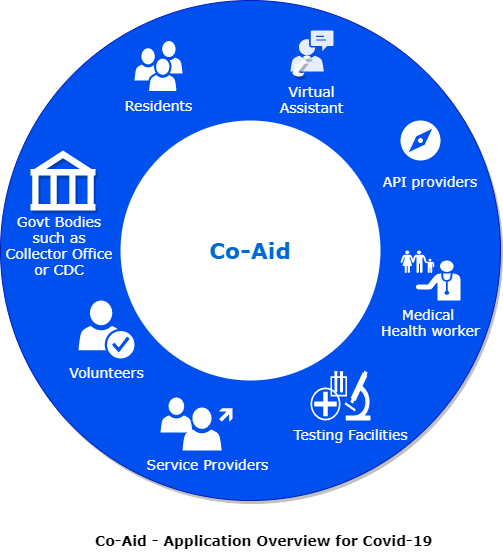
The draw.io diagram co_aid_solution_overview.png in asarpotdar/cfc-co-aid, before a commit. Source tidied: cells renumbered, new cells last; positions are measured from the earlier drawing's top-left corner, leaving out a move shared by most shapes.
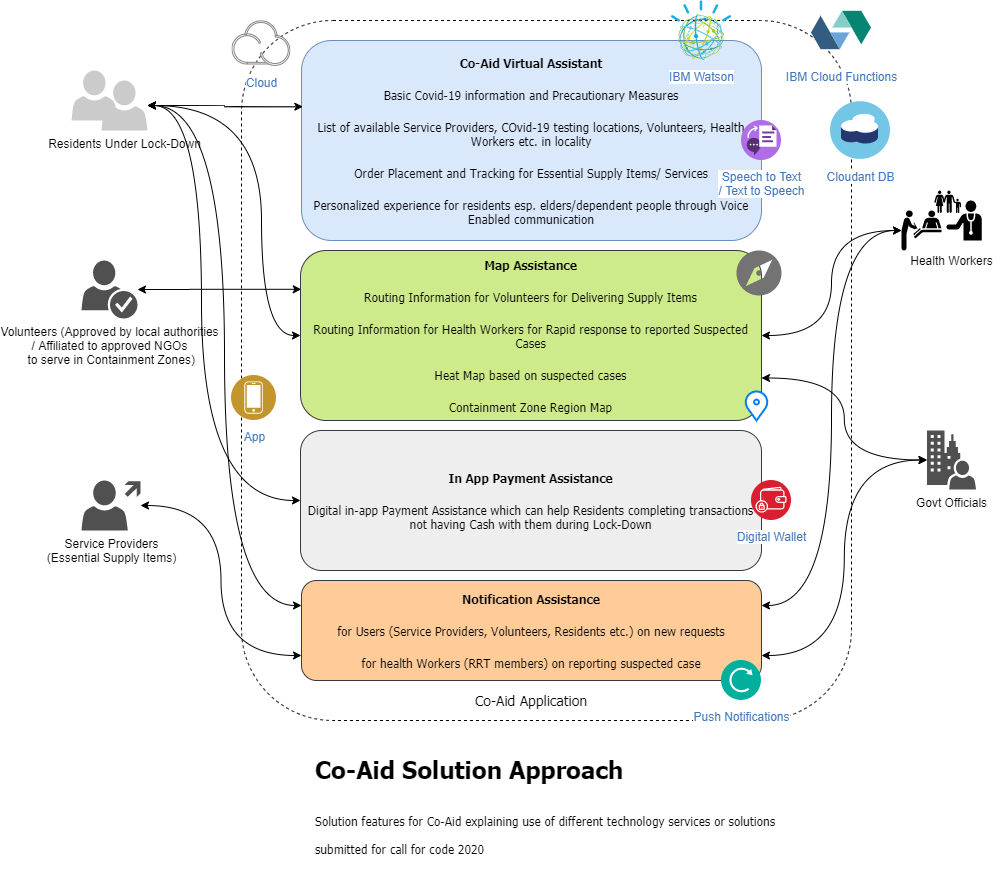
After the change.

Commit message:
Key Use Cases Added to repo

Diff of the diagram source:
```diff
@@ -32,9 +32,6 @@
     <mxCell id="11" value="Govt Bodies such as Collector Office or CDC" style="text;html=1;strokeColor=none;fillColor=none;align=center;verticalAlign=middle;whiteSpace=wrap;rounded=0;shadow=1;fontFamily=Verdana;fontSize=14;fontColor=#FFFFFF;" parent="1" vertex="1">
       <mxGeometry x="2.5" y="230" width="111.5" height="30" as="geometry" />
     </mxCell>
-    <mxCell id="12" value="&lt;h1&gt;&lt;span style=&quot;font-size: 14px&quot;&gt;Co-Aid - &lt;/span&gt;&lt;font style=&quot;font-size: 14px&quot;&gt;Application Overview for Covid-19 Crisis&lt;/font&gt;&lt;/h1&gt;" style="text;html=1;strokeColor=none;fillColor=none;spacing=5;spacingTop=-20;whiteSpace=wrap;overflow=hidden;rounded=0;shadow=1;fontFamily=Verdana;fontSize=14;fontColor=#000000;opacity=90;" parent="1" vertex="1">
-      <mxGeometry x="90" y="510" width="360" height="40" as="geometry" />
-    </mxCell>
     <mxCell id="13" value="Medical &lt;br&gt;Health worker" style="shape=mxgraph.signs.healthcare.family_practice;html=1;fillColor=#FFFFFF;strokeColor=none;verticalLabelPosition=bottom;verticalAlign=top;align=center;fontColor=#FFFFFF;fontFamily=Verdana;fontSize=14;" parent="1" vertex="1">
       <mxGeometry x="400" y="250" width="60" height="50" as="geometry" />
     </mxCell>
@@ -56,5 +53,123 @@
     <mxCell id="19" style="shadow=0;dashed=0;html=1;strokeColor=none;fillColor=#FFFFFF;labelPosition=center;verticalLabelPosition=bottom;verticalAlign=top;align=center;shape=mxgraph.office.users.user;fontFamily=Verdana;fontSize=14;fontColor=#FFFFFF;" parent="1" vertex="1">
       <mxGeometry x="160" y="397" width="32" height="35" as="geometry" />
     </mxCell>
+    <mxCell id="20" value="&lt;h1 style=&quot;font-size: 18px&quot;&gt;&lt;font style=&quot;font-size: 18px&quot;&gt;Co-Aid -&amp;nbsp;&lt;font style=&quot;font-family: &amp;#34;verdana&amp;#34; ; font-size: 18px&quot;&gt;Application Overview for Covid-19 Crisis&lt;/font&gt;&lt;/font&gt;&lt;/h1&gt;&lt;h1&gt;&lt;font style=&quot;font-weight: normal ; font-size: 12px&quot;&gt;submitted for call for code 2020&lt;/font&gt;&lt;/h1&gt;" style="text;html=1;strokeColor=none;fillColor=none;spacing=5;spacingTop=-20;whiteSpace=wrap;overflow=hidden;rounded=0;" parent="1" vertex="1">
+      <mxGeometry x="60.5" y="530" width="509.5" height="70" as="geometry" />
+    </mxCell>
+    <mxCell id="21" style="rounded=1;whiteSpace=wrap;html=1;dashed=1;" parent="1" vertex="1">
+      <mxGeometry x="-10" y="-20" width="610" height="700" as="geometry" />
+    </mxCell>
+    <mxCell id="22" value="&lt;b&gt;Co-Aid Virtual Assistant&lt;br style=&quot;font-size: 14px&quot;&gt;&lt;/b&gt;&lt;br style=&quot;font-size: 14px&quot;&gt;Basic Covid-19 information and Precautionary Measures&lt;br style=&quot;font-size: 14px&quot;&gt;&lt;br style=&quot;font-size: 14px&quot;&gt;List of available Service Providers, COvid-19 testing locations, Volunteers, Health Workers etc. in locality&lt;br style=&quot;font-size: 14px&quot;&gt;&lt;br style=&quot;font-size: 14px&quot;&gt;Order Placement and Tracking for Essential Supply Items/ Services&lt;br style=&quot;font-size: 14px&quot;&gt;&lt;br style=&quot;font-size: 14px&quot;&gt;Personalized experience for residents esp. elders/dependent people through Voice Enabled communication" style="rounded=1;whiteSpace=wrap;html=1;fillColor=#dae8fc;strokeColor=#6c8ebf;fontFamily=Tahoma;" parent="1" vertex="1">
+      <mxGeometry x="50" width="460" height="200" as="geometry" />
+    </mxCell>
+    <mxCell id="23" style="edgeStyle=orthogonalEdgeStyle;curved=1;rounded=0;jettySize=auto;html=1;entryX=0;entryY=0.5;entryDx=0;entryDy=0;startArrow=classic;startFill=1;fontFamily=Tahoma;fontSize=14;fontColor=none;" parent="1" edge="1" source="27" target="38">
+      <mxGeometry relative="1" as="geometry">
+        <Array as="points">
+          <mxPoint x="-50" y="65" />
+          <mxPoint x="-50" y="460" />
+        </Array>
+      </mxGeometry>
+    </mxCell>
+    <mxCell id="24" style="edgeStyle=orthogonalEdgeStyle;curved=1;rounded=0;jettySize=auto;html=1;entryX=0;entryY=0.5;entryDx=0;entryDy=0;startArrow=classic;startFill=1;fontFamily=Tahoma;fontSize=14;fontColor=none;" parent="1" edge="1" source="27" target="36">
+      <mxGeometry relative="1" as="geometry">
+        <Array as="points">
+          <mxPoint x="10" y="65" />
+          <mxPoint x="10" y="295" />
+        </Array>
+      </mxGeometry>
+    </mxCell>
+    <mxCell id="25" style="edgeStyle=orthogonalEdgeStyle;curved=1;rounded=0;jettySize=auto;html=1;entryX=0.003;entryY=0.331;entryDx=0;entryDy=0;entryPerimeter=0;startArrow=classic;startFill=1;fontFamily=Tahoma;fontSize=14;fontColor=none;" parent="1" edge="1" source="27" target="22">
+      <mxGeometry relative="1" as="geometry" />
+    </mxCell>
+    <mxCell id="26" style="edgeStyle=orthogonalEdgeStyle;curved=1;rounded=0;jettySize=auto;html=1;entryX=0;entryY=0.25;entryDx=0;entryDy=0;startArrow=classic;startFill=1;fontFamily=Tahoma;fontSize=14;fontColor=none;" parent="1" edge="1" source="27" target="39">
+      <mxGeometry relative="1" as="geometry" />
+    </mxCell>
+    <mxCell id="27" value="Residents Under Lock-Down" style="shadow=0;dashed=0;html=1;strokeColor=none;labelPosition=center;verticalLabelPosition=bottom;verticalAlign=top;outlineConnect=0;align=center;shape=mxgraph.office.users.user;fillColor=#CCCBCB;" parent="1" vertex="1">
+      <mxGeometry x="-150" y="40" width="46" height="50" as="geometry" />
+    </mxCell>
+    <mxCell id="28" style="edgeStyle=orthogonalEdgeStyle;curved=1;rounded=0;jettySize=auto;html=1;entryX=0;entryY=0.75;entryDx=0;entryDy=0;startArrow=classic;startFill=1;" parent="1" edge="1" source="29" target="39">
+      <mxGeometry relative="1" as="geometry" />
+    </mxCell>
+    <mxCell id="29" value="Service Providers&lt;br&gt;&amp;nbsp;(Essential Supply Items)&amp;nbsp;" style="shadow=0;dashed=0;html=1;strokeColor=none;fillColor=#505050;labelPosition=center;verticalLabelPosition=bottom;verticalAlign=top;outlineConnect=0;align=center;shape=mxgraph.office.users.user_external;" parent="1" vertex="1">
+      <mxGeometry x="-170" y="440" width="59" height="50" as="geometry" />
+    </mxCell>
+    <mxCell id="30" style="edgeStyle=orthogonalEdgeStyle;curved=1;rounded=0;jettySize=auto;html=1;entryX=0.098;entryY=0.384;entryDx=0;entryDy=0;entryPerimeter=0;startArrow=classic;startFill=1;fontFamily=Tahoma;fontSize=14;fontColor=none;" parent="1" edge="1" source="31" target="21">
+      <mxGeometry relative="1" as="geometry" />
+    </mxCell>
+    <mxCell id="31" value="Volunteers (Approved by local authorities&lt;br&gt;/ Affiliated to approved NGOs&lt;br&gt;&amp;nbsp;to serve in Containment Zones)" style="shadow=0;dashed=0;html=1;strokeColor=none;fillColor=#505050;labelPosition=center;verticalLabelPosition=bottom;verticalAlign=top;outlineConnect=0;align=center;shape=mxgraph.office.users.credentials;" parent="1" vertex="1">
+      <mxGeometry x="-170" y="220" width="56" height="58" as="geometry" />
+    </mxCell>
+    <mxCell id="32" style="edgeStyle=orthogonalEdgeStyle;curved=1;rounded=0;jettySize=auto;html=1;entryX=1;entryY=0.75;entryDx=0;entryDy=0;startArrow=classic;startFill=1;" parent="1" edge="1" source="34" target="36">
+      <mxGeometry relative="1" as="geometry" />
+    </mxCell>
+    <mxCell id="33" style="edgeStyle=orthogonalEdgeStyle;curved=1;rounded=0;jettySize=auto;html=1;entryX=1;entryY=0.75;entryDx=0;entryDy=0;startArrow=classic;startFill=1;fontFamily=Tahoma;fontSize=14;fontColor=none;" parent="1" edge="1" source="34" target="39">
+      <mxGeometry relative="1" as="geometry" />
+    </mxCell>
+    <mxCell id="34" value="Govt Officials" style="shadow=0;dashed=0;html=1;strokeColor=none;fillColor=#505050;labelPosition=center;verticalLabelPosition=bottom;verticalAlign=top;outlineConnect=0;align=center;shape=mxgraph.office.users.on_premises_user;rounded=1;" parent="1" vertex="1">
+      <mxGeometry x="675.5" y="390" width="49" height="59" as="geometry" />
+    </mxCell>
+    <mxCell id="35" style="shape=mxgraph.signs.healthcare.family_practice;html=1;fillColor=#000000;strokeColor=none;verticalLabelPosition=bottom;verticalAlign=top;align=center;rounded=1;dashed=1;" parent="1" vertex="1">
+      <mxGeometry x="682.8" y="150" width="47.5" height="50" as="geometry" />
+    </mxCell>
+    <mxCell id="36" value="&lt;b&gt;Map Assistance&lt;br style=&quot;font-size: 14px&quot;&gt;&lt;/b&gt;&lt;br style=&quot;font-size: 14px&quot;&gt;Routing Information for Volunteers for Delivering Supply Items&lt;br style=&quot;font-size: 14px&quot;&gt;&lt;br style=&quot;font-size: 14px&quot;&gt;Routing Information for Health Workers for Rapid response to reported Suspected Cases&lt;br style=&quot;font-size: 14px&quot;&gt;&lt;br style=&quot;font-size: 14px&quot;&gt;Heat Map based on suspected cases&lt;br style=&quot;font-size: 14px&quot;&gt;&lt;br style=&quot;font-size: 14px&quot;&gt;Containment Zone Region Map" style="rounded=1;whiteSpace=wrap;html=1;fillColor=#cdeb8b;strokeColor=#36393d;fontFamily=Tahoma;" parent="1" vertex="1">
+      <mxGeometry x="49" y="210" width="461" height="170" as="geometry" />
+    </mxCell>
+    <mxCell id="37" style="shadow=0;dashed=0;html=1;strokeColor=none;labelPosition=center;verticalLabelPosition=bottom;verticalAlign=top;align=center;shape=mxgraph.office.users.user;fillColor=#CCCBCB;" parent="1" vertex="1">
+      <mxGeometry x="-180" y="30" width="46" height="50" as="geometry" />
+    </mxCell>
+    <mxCell id="38" value="&lt;b&gt;In App Payment Assistance&lt;br style=&quot;font-size: 14px&quot;&gt;&lt;/b&gt;&lt;br style=&quot;font-size: 14px&quot;&gt;Digital in-app Payment Assistance which can help Residents completing transactions not having Cash with them during Lock-Down" style="rounded=1;whiteSpace=wrap;html=1;fillColor=#eeeeee;strokeColor=#36393d;fontFamily=Tahoma;" parent="1" vertex="1">
+      <mxGeometry x="49" y="390" width="461" height="140" as="geometry" />
+    </mxCell>
+    <mxCell id="39" value="&lt;b&gt;Notification Assistance&lt;br style=&quot;font-size: 14px&quot;&gt;&lt;/b&gt;&lt;br style=&quot;font-size: 14px&quot;&gt;for Users (Service Providers, Volunteers, Residents etc.) on new requests&lt;br style=&quot;font-size: 14px&quot;&gt;&lt;br style=&quot;font-size: 14px&quot;&gt;for health Workers (RRT members) on reporting suspected case" style="rounded=1;whiteSpace=wrap;html=1;fillColor=#ffcc99;strokeColor=#36393d;fontFamily=Tahoma;" parent="1" vertex="1">
+      <mxGeometry x="50" y="540" width="460" height="100" as="geometry" />
+    </mxCell>
+    <mxCell id="40" value="Health Workers" style="text;html=1;align=center;verticalAlign=middle;" parent="1" vertex="1">
+      <mxGeometry x="650" y="210" width="100" height="20" as="geometry" />
+    </mxCell>
+    <mxCell id="41" style="edgeStyle=orthogonalEdgeStyle;curved=1;rounded=0;jettySize=auto;html=1;startArrow=classic;startFill=1;" parent="1" edge="1" source="43" target="36">
+      <mxGeometry relative="1" as="geometry" />
+    </mxCell>
+    <mxCell id="42" style="edgeStyle=orthogonalEdgeStyle;curved=1;rounded=0;jettySize=auto;html=1;entryX=1;entryY=0.25;entryDx=0;entryDy=0;startArrow=classic;startFill=1;fontFamily=Tahoma;fontSize=14;fontColor=none;" parent="1" edge="1" source="43" target="39">
+      <mxGeometry relative="1" as="geometry" />
+    </mxCell>
+    <mxCell id="43" style="shape=mxgraph.signs.healthcare.registration;html=1;fillColor=#000000;strokeColor=none;verticalLabelPosition=bottom;verticalAlign=top;align=center;rounded=1;" parent="1" vertex="1">
+      <mxGeometry x="650" y="170" width="40" height="40" as="geometry" />
+    </mxCell>
+    <mxCell id="44" value="&lt;h1&gt;Co-Aid Solution Approach&lt;/h1&gt;&lt;div&gt;&lt;br&gt;&lt;/div&gt;&lt;div&gt;Solution features for Co-Aid explaining use of different technology services or solutions&lt;/div&gt;&lt;div&gt;&lt;br&gt;&lt;/div&gt;&lt;div&gt;submitted for call for code 2020&lt;/div&gt;" style="text;html=1;strokeColor=none;fillColor=none;spacing=5;spacingTop=-20;whiteSpace=wrap;overflow=hidden;rounded=0;fontFamily=Tahoma;" parent="1" vertex="1">
+      <mxGeometry x="59" y="710" width="520" height="120" as="geometry" />
+    </mxCell>
+    <mxCell id="45" value="Co-Aid Application" style="text;html=1;strokeColor=none;fillColor=none;align=center;verticalAlign=middle;whiteSpace=wrap;rounded=0;fontFamily=Tahoma;fontSize=14;fontColor=none;" parent="1" vertex="1">
+      <mxGeometry x="160" y="650" width="240" height="20" as="geometry" />
+    </mxCell>
+    <mxCell id="46" value="IBM Watson" style="perimeter=ellipsePerimeter;html=1;align=center;shadow=0;dashed=0;fontColor=#4277BB;labelBackgroundColor=#ffffff;fontSize=12;spacingTop=3;image;image=img/lib/ibm/miscellaneous/cognitive_services.svg;rounded=1;" parent="1" vertex="1">
+      <mxGeometry x="420" y="-40" width="60" height="60" as="geometry" />
+    </mxCell>
+    <mxCell id="47" value="IBM Cloud Functions" style="perimeter=ellipsePerimeter;html=1;align=center;shadow=0;dashed=0;fontColor=#4277BB;labelBackgroundColor=#ffffff;fontSize=12;spacingTop=3;image;image=img/lib/ibm/miscellaneous/openwhisk.svg;rounded=1;" parent="1" vertex="1">
+      <mxGeometry x="560" y="-40" width="60" height="60" as="geometry" />
+    </mxCell>
+    <mxCell id="48" value="Speech to Text&lt;br&gt;/ Text to Speech" style="perimeter=ellipsePerimeter;html=1;align=center;shadow=0;dashed=0;fontColor=#4277BB;labelBackgroundColor=#ffffff;fontSize=12;spacingTop=3;image;image=img/lib/ibm/miscellaneous/text_to_speech.svg;rounded=1;" parent="1" vertex="1">
+      <mxGeometry x="490" y="80" width="40" height="40" as="geometry" />
+    </mxCell>
+    <mxCell id="49" value="Cloudant DB" style="perimeter=ellipsePerimeter;html=1;align=center;shadow=0;dashed=0;fontColor=#4277BB;labelBackgroundColor=#ffffff;fontSize=12;spacingTop=3;image;image=img/lib/ibm/miscellaneous/cloudant.svg;rounded=1;" parent="1" vertex="1">
+      <mxGeometry x="579" y="60" width="60" height="60" as="geometry" />
+    </mxCell>
+    <mxCell id="50" value="Push Notifications" style="perimeter=ellipsePerimeter;html=1;align=center;shadow=0;dashed=0;fontColor=#4277BB;labelBackgroundColor=#ffffff;fontSize=12;spacingTop=3;image;image=img/lib/ibm/management/push_notifications.svg;rounded=1;" parent="1" vertex="1">
+      <mxGeometry x="470" y="620" width="40" height="40" as="geometry" />
+    </mxCell>
+    <mxCell id="51" value="Cloud" style="perimeter=ellipsePerimeter;html=1;align=center;shadow=0;dashed=0;fontColor=#4277BB;labelBackgroundColor=#ffffff;fontSize=12;spacingTop=3;image;image=img/lib/ibm/miscellaneous/ibm_public_cloud.svg;rounded=1;" parent="1" vertex="1">
+      <mxGeometry x="-20" y="-20" width="60" height="46.2" as="geometry" />
+    </mxCell>
+    <mxCell id="52" style="dashed=0;verticalLabelPosition=bottom;verticalAlign=top;align=center;shape=mxgraph.gmdl.navigate;strokeColor=none;fillColor=#737373;shadow=0;rounded=1;fontFamily=Tahoma;fontSize=14;fontColor=none;" parent="1" vertex="1">
+      <mxGeometry x="485" y="210" width="45" height="45" as="geometry" />
+    </mxCell>
+    <mxCell id="53" style="html=1;verticalLabelPosition=bottom;align=center;labelBackgroundColor=#ffffff;verticalAlign=top;strokeWidth=2;strokeColor=#0080F0;shadow=0;dashed=0;shape=mxgraph.ios7.icons.location;rounded=1;fontFamily=Tahoma;fontSize=14;fontColor=none;" parent="1" vertex="1">
+      <mxGeometry x="493" y="350" width="24" height="30" as="geometry" />
+    </mxCell>
+    <mxCell id="54" value="App" style="perimeter=ellipsePerimeter;html=1;align=center;shadow=0;dashed=0;fontColor=#4277BB;labelBackgroundColor=#ffffff;fontSize=12;spacingTop=3;image;image=img/lib/ibm/users/device.svg;rounded=1;" parent="1" vertex="1">
+      <mxGeometry x="-20" y="335" width="45" height="45" as="geometry" />
+    </mxCell>
+    <mxCell id="55" value="Digital Wallet" style="perimeter=ellipsePerimeter;html=1;align=center;shadow=0;dashed=0;fontColor=#4277BB;labelBackgroundColor=#ffffff;fontSize=12;spacingTop=3;image;image=img/lib/ibm/blockchain/wallet.svg;rounded=1;" parent="1" vertex="1">
+      <mxGeometry x="500" y="440" width="40" height="40" as="geometry" />
+    </mxCell>
   </root>
 </mxGraphModel>
```
